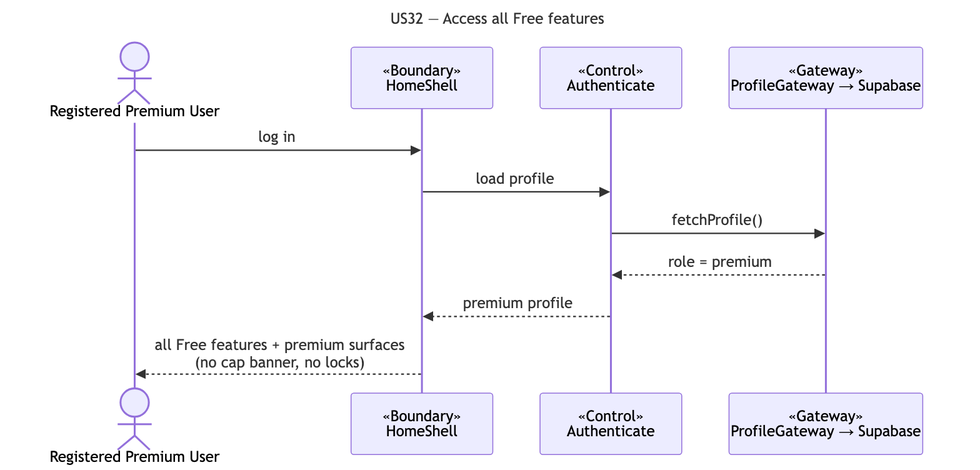
The Mermaid diagram docs/deliverables/sequence-diagrams/US32-inherit-free.png in cyuanjun/FYP-26-S2-37-app, before a commit. Its source is kept beside it as docs/deliverables/sequence-diagrams/src/US32-inherit-free.mmd. Its diagram source:
```mermaid
---
title: "US32 — Access all Free features"
---
sequenceDiagram
  actor A as Registered Premium User
  participant B as «Boundary»<br/>HomeShell
  participant C as «Control»<br/>Authenticate
  participant G as «Gateway»<br/>ProfileGateway → Supabase
  A->>B: log in
  B->>C: load profile
  C->>G: fetchProfile()
  G-->>C: role = premium
  C-->>B: premium profile
  B-->>A: all Free features + premium surfaces<br/>(no cap banner, no locks)
```
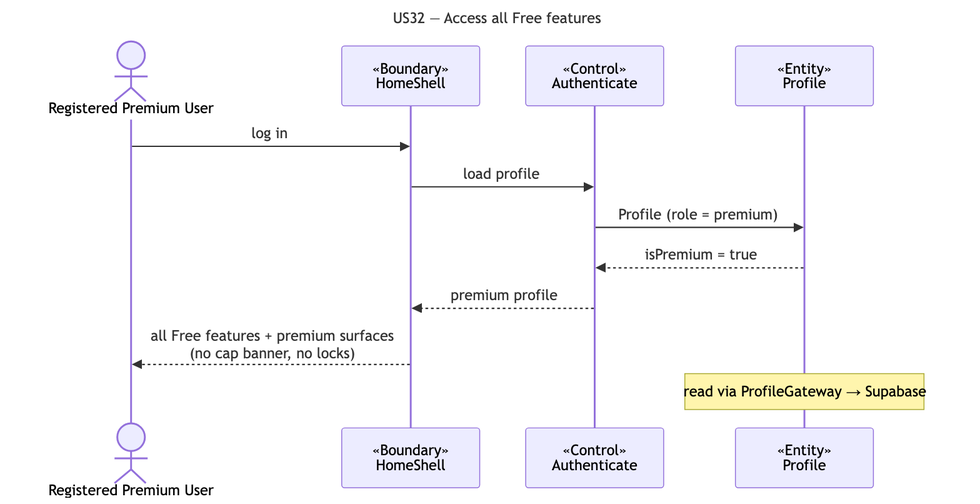
Above is the later version.

Diff of the diagram source:
```diff
@@ -5,10 +5,11 @@
   actor A as Registered Premium User
   participant B as «Boundary»<br/>HomeShell
   participant C as «Control»<br/>Authenticate
-  participant G as «Gateway»<br/>ProfileGateway → Supabase
+  participant E as «Entity»<br/>Profile
   A->>B: log in
   B->>C: load profile
-  C->>G: fetchProfile()
-  G-->>C: role = premium
+  C->>E: Profile (role = premium)
+  E-->>C: isPremium = true
   C-->>B: premium profile
   B-->>A: all Free features + premium surfaces<br/>(no cap banner, no locks)
+  note over E: read via ProfileGateway → Supabase
```
